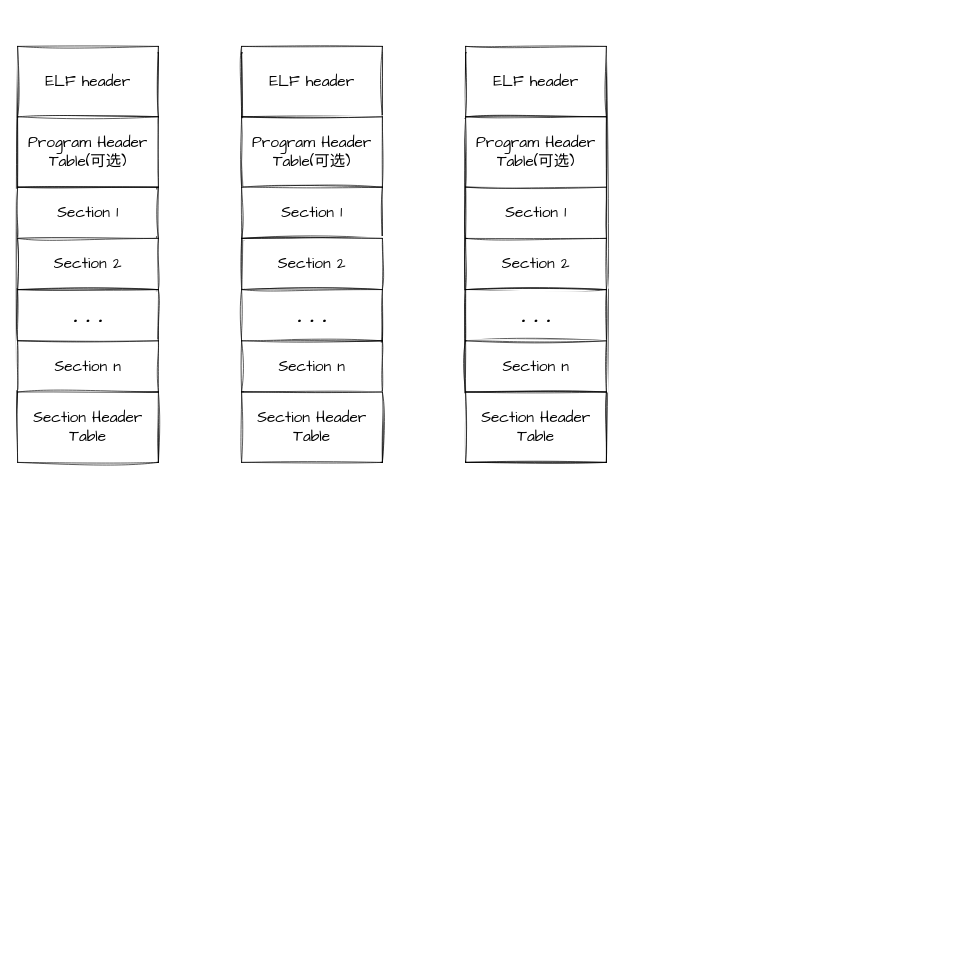
QinMou000/Code keeps this draw.io diagram as draw/2_13 ELF文件.drawio. Above is the earlier version. Source tidied: cells renumbered, new cells numbered last; positions are measured from the earlier drawing's top-left corner, leaving out a move shared by most shapes. Both pictures are drawn from the tidied source at 64%, with x=0, y=0 at pixel (17, 46).
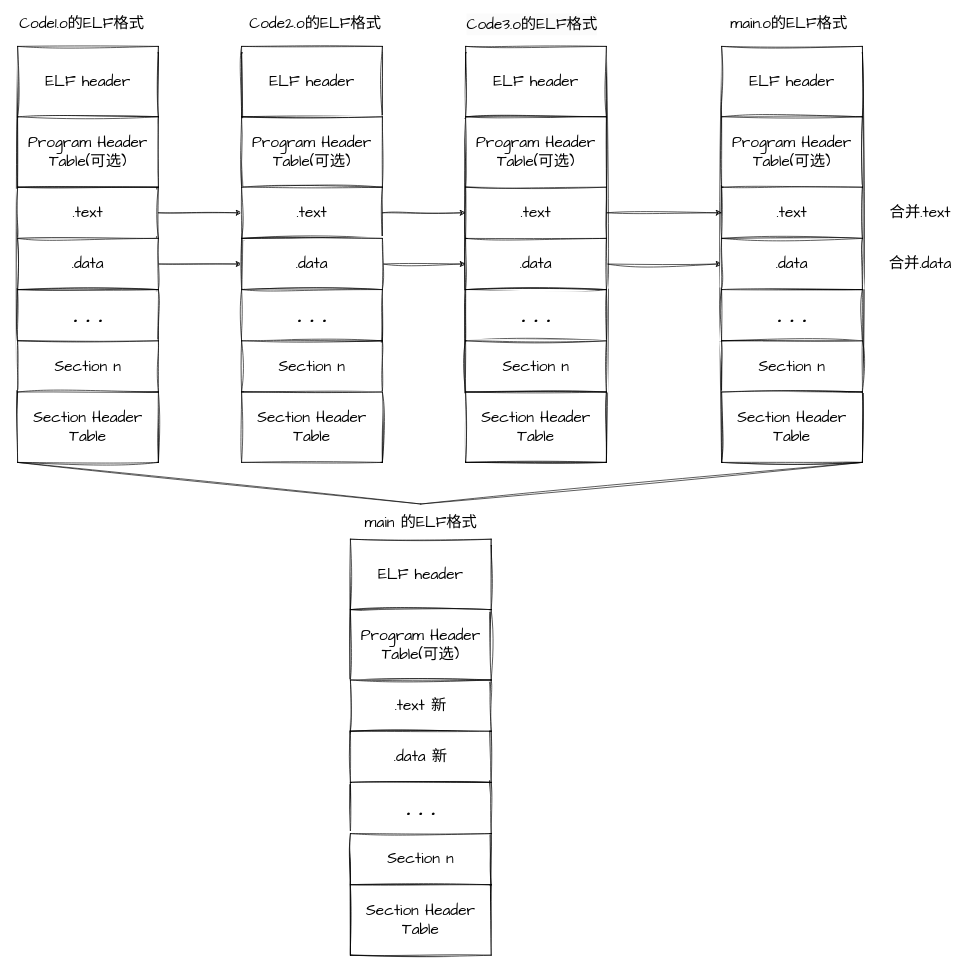
The same page after the edit.

The change refers to these unchanged cells:
```xml
<mxCell id="9" value="&lt;span style=&quot;font-size: 24px;&quot;&gt;Section Header Table&lt;/span&gt;" style="rounded=0;whiteSpace=wrap;html=1;sketch=1;hachureGap=4;jiggle=2;curveFitting=1;fontFamily=Architects Daughter;" parent="1" vertex="1">
  <mxGeometry y="540" width="220" height="110" as="geometry" />
</mxCell>
```

Change to the diagram source:
```diff
@@
+    <mxCell id="26" style="edgeStyle=orthogonalEdgeStyle;rounded=0;sketch=1;hachureGap=4;jiggle=2;curveFitting=1;jettySize=auto;html=1;exitX=1;exitY=0.5;exitDx=0;exitDy=0;entryX=0;entryY=0.5;entryDx=0;entryDy=0;fontFamily=Architects Daughter;" parent="1" edge="1" source="5" target="13">
+      <mxGeometry relative="1" as="geometry" />
+    </mxCell>
-    <mxCell id="5" value="&lt;font style=&quot;font-size: 24px;&quot;&gt;Section 1&lt;/font&gt;" style="rounded=0;whiteSpace=wrap;html=1;sketch=1;hachureGap=4;jiggle=2;curveFitting=1;fontFamily=Architects Daughter;" parent="1" vertex="1">
+    <mxCell id="5" value="&lt;font style=&quot;font-size: 24px;&quot;&gt;.text&lt;/font&gt;" style="rounded=0;whiteSpace=wrap;html=1;sketch=1;hachureGap=4;jiggle=2;curveFitting=1;fontFamily=Architects Daughter;" parent="1" vertex="1">
       <mxGeometry y="220" width="220" height="80" as="geometry" />
     </mxCell>
+    <mxCell id="27" style="edgeStyle=orthogonalEdgeStyle;rounded=0;sketch=1;hachureGap=4;jiggle=2;curveFitting=1;jettySize=auto;html=1;exitX=1;exitY=0.5;exitDx=0;exitDy=0;entryX=0;entryY=0.5;entryDx=0;entryDy=0;fontFamily=Architects Daughter;" parent="1" edge="1" source="6" target="14">
+      <mxGeometry relative="1" as="geometry" />
+    </mxCell>
-    <mxCell id="6" value="&lt;font style=&quot;font-size: 24px;&quot;&gt;Section 2&lt;/font&gt;" style="rounded=0;whiteSpace=wrap;html=1;sketch=1;hachureGap=4;jiggle=2;curveFitting=1;fontFamily=Architects Daughter;" parent="1" vertex="1">
+    <mxCell id="6" value="&lt;font style=&quot;font-size: 24px;&quot;&gt;.data&lt;/font&gt;" style="rounded=0;whiteSpace=wrap;html=1;sketch=1;hachureGap=4;jiggle=2;curveFitting=1;fontFamily=Architects Daughter;" parent="1" vertex="1">
       <mxGeometry y="300" width="220" height="80" as="geometry" />
     </mxCell>
@@
+    <mxCell id="28" style="edgeStyle=orthogonalEdgeStyle;rounded=0;sketch=1;hachureGap=4;jiggle=2;curveFitting=1;jettySize=auto;html=1;exitX=1;exitY=0.5;exitDx=0;exitDy=0;entryX=0;entryY=0.5;entryDx=0;entryDy=0;fontFamily=Architects Daughter;" parent="1" edge="1" source="13" target="21">
+      <mxGeometry relative="1" as="geometry" />
+    </mxCell>
-    <mxCell id="13" value="&lt;font style=&quot;font-size: 24px;&quot;&gt;Section 1&lt;/font&gt;" style="rounded=0;whiteSpace=wrap;html=1;sketch=1;hachureGap=4;jiggle=2;curveFitting=1;fontFamily=Architects Daughter;" parent="1" vertex="1">
+    <mxCell id="13" value="&lt;font style=&quot;font-size: 24px;&quot;&gt;.text&lt;/font&gt;" style="rounded=0;whiteSpace=wrap;html=1;sketch=1;hachureGap=4;jiggle=2;curveFitting=1;fontFamily=Architects Daughter;" parent="1" vertex="1">
       <mxGeometry x="350" y="220" width="220" height="80" as="geometry" />
     </mxCell>
+    <mxCell id="29" style="edgeStyle=orthogonalEdgeStyle;rounded=0;sketch=1;hachureGap=4;jiggle=2;curveFitting=1;jettySize=auto;html=1;exitX=1;exitY=0.5;exitDx=0;exitDy=0;entryX=0;entryY=0.5;entryDx=0;entryDy=0;fontFamily=Architects Daughter;" parent="1" edge="1" source="14" target="22">
+      <mxGeometry relative="1" as="geometry" />
+    </mxCell>
-    <mxCell id="14" value="&lt;font style=&quot;font-size: 24px;&quot;&gt;Section 2&lt;/font&gt;" style="rounded=0;whiteSpace=wrap;html=1;sketch=1;hachureGap=4;jiggle=2;curveFitting=1;fontFamily=Architects Daughter;" parent="1" vertex="1">
+    <mxCell id="14" value="&lt;font style=&quot;font-size: 24px;&quot;&gt;.data&lt;/font&gt;" style="rounded=0;whiteSpace=wrap;html=1;sketch=1;hachureGap=4;jiggle=2;curveFitting=1;fontFamily=Architects Daughter;" parent="1" vertex="1">
       <mxGeometry x="350" y="300" width="220" height="80" as="geometry" />
     </mxCell>
@@
+    <mxCell id="30" style="edgeStyle=orthogonalEdgeStyle;rounded=0;sketch=1;hachureGap=4;jiggle=2;curveFitting=1;jettySize=auto;html=1;exitX=1;exitY=0.5;exitDx=0;exitDy=0;entryX=0;entryY=0.5;entryDx=0;entryDy=0;fontFamily=Architects Daughter;" parent="1" edge="1" source="21" target="35">
+      <mxGeometry relative="1" as="geometry" />
+    </mxCell>
-    <mxCell id="21" value="&lt;font style=&quot;font-size: 24px;&quot;&gt;Section 1&lt;/font&gt;" style="rounded=0;whiteSpace=wrap;html=1;sketch=1;hachureGap=4;jiggle=2;curveFitting=1;fontFamily=Architects Daughter;" parent="1" vertex="1">
+    <mxCell id="21" value="&lt;font style=&quot;font-size: 24px;&quot;&gt;.text&lt;/font&gt;" style="rounded=0;whiteSpace=wrap;html=1;sketch=1;hachureGap=4;jiggle=2;curveFitting=1;fontFamily=Architects Daughter;" parent="1" vertex="1">
       <mxGeometry x="700" y="220" width="220" height="80" as="geometry" />
     </mxCell>
+    <mxCell id="31" style="edgeStyle=orthogonalEdgeStyle;rounded=0;sketch=1;hachureGap=4;jiggle=2;curveFitting=1;jettySize=auto;html=1;exitX=1;exitY=0.5;exitDx=0;exitDy=0;entryX=0;entryY=0.5;entryDx=0;entryDy=0;fontFamily=Architects Daughter;" parent="1" edge="1" source="22" target="36">
+      <mxGeometry relative="1" as="geometry" />
+    </mxCell>
-    <mxCell id="22" value="&lt;font style=&quot;font-size: 24px;&quot;&gt;Section 2&lt;/font&gt;" style="rounded=0;whiteSpace=wrap;html=1;sketch=1;hachureGap=4;jiggle=2;curveFitting=1;fontFamily=Architects Daughter;" parent="1" vertex="1">
+    <mxCell id="22" value="&lt;font style=&quot;font-size: 24px;&quot;&gt;.data&lt;/font&gt;" style="rounded=0;whiteSpace=wrap;html=1;sketch=1;hachureGap=4;jiggle=2;curveFitting=1;fontFamily=Architects Daughter;" parent="1" vertex="1">
       <mxGeometry x="700" y="300" width="220" height="80" as="geometry" />
     </mxCell>
@@
+    <mxCell id="32" style="rounded=0;whiteSpace=wrap;html=1;sketch=1;hachureGap=4;jiggle=2;curveFitting=1;fontFamily=Architects Daughter;" parent="1" vertex="1">
+      <mxGeometry x="1100" y="10" width="220" height="640" as="geometry" />
+    </mxCell>
+    <mxCell id="33" value="&lt;font style=&quot;font-size: 24px;&quot;&gt;ELF header&lt;/font&gt;" style="rounded=0;whiteSpace=wrap;html=1;sketch=1;hachureGap=4;jiggle=2;curveFitting=1;fontFamily=Architects Daughter;" parent="1" vertex="1">
+      <mxGeometry x="1100" width="220" height="110" as="geometry" />
+    </mxCell>
+    <mxCell id="34" value="&lt;font style=&quot;font-size: 24px;&quot;&gt;Program Header Table(可选)&lt;/font&gt;" style="rounded=0;whiteSpace=wrap;html=1;sketch=1;hachureGap=4;jiggle=2;curveFitting=1;fontFamily=Architects Daughter;" parent="1" vertex="1">
+      <mxGeometry x="1100" y="110" width="220" height="110" as="geometry" />
+    </mxCell>
+    <mxCell id="35" value="&lt;font style=&quot;font-size: 24px;&quot;&gt;.text&lt;/font&gt;" style="rounded=0;whiteSpace=wrap;html=1;sketch=1;hachureGap=4;jiggle=2;curveFitting=1;fontFamily=Architects Daughter;" parent="1" vertex="1">
+      <mxGeometry x="1100" y="220" width="220" height="80" as="geometry" />
+    </mxCell>
+    <mxCell id="36" value="&lt;font style=&quot;font-size: 24px;&quot;&gt;.data&lt;/font&gt;" style="rounded=0;whiteSpace=wrap;html=1;sketch=1;hachureGap=4;jiggle=2;curveFitting=1;fontFamily=Architects Daughter;" parent="1" vertex="1">
+      <mxGeometry x="1100" y="300" width="220" height="80" as="geometry" />
+    </mxCell>
+    <mxCell id="37" value="&lt;h1 style=&quot;&quot;&gt;&lt;font style=&quot;font-size: 36px;&quot;&gt;. . .&lt;/font&gt;&lt;/h1&gt;" style="rounded=0;whiteSpace=wrap;html=1;sketch=1;hachureGap=4;jiggle=2;curveFitting=1;fontFamily=Architects Daughter;align=center;" parent="1" vertex="1">
+      <mxGeometry x="1100" y="380" width="220" height="80" as="geometry" />
+    </mxCell>
+    <mxCell id="38" value="&lt;font style=&quot;font-size: 24px;&quot;&gt;Section n&lt;/font&gt;" style="rounded=0;whiteSpace=wrap;html=1;sketch=1;hachureGap=4;jiggle=2;curveFitting=1;fontFamily=Architects Daughter;" parent="1" vertex="1">
+      <mxGeometry x="1100" y="460" width="220" height="80" as="geometry" />
+    </mxCell>
+    <mxCell id="39" value="&lt;span style=&quot;font-size: 24px;&quot;&gt;Section Header Table&lt;/span&gt;" style="rounded=0;whiteSpace=wrap;html=1;sketch=1;hachureGap=4;jiggle=2;curveFitting=1;fontFamily=Architects Daughter;" parent="1" vertex="1">
+      <mxGeometry x="1100" y="540" width="220" height="110" as="geometry" />
+    </mxCell>
+    <mxCell id="40" value="&lt;font style=&quot;font-size: 24px;&quot;&gt;Code1.o的ELF格式&lt;/font&gt;" style="text;html=1;align=center;verticalAlign=middle;strokeColor=none;fillColor=none;fontFamily=Architects Daughter;" parent="1" vertex="1">
+      <mxGeometry x="-10" y="-55" width="220" height="40" as="geometry" />
+    </mxCell>
+    <mxCell id="41" value="&lt;span style=&quot;font-size: 24px;&quot;&gt;Code2.o的ELF格式&lt;/span&gt;" style="text;html=1;align=center;verticalAlign=middle;strokeColor=none;fillColor=none;fontFamily=Architects Daughter;" parent="1" vertex="1">
+      <mxGeometry x="350" y="-55" width="230" height="40" as="geometry" />
+    </mxCell>
+    <mxCell id="42" value="&lt;span style=&quot;color: rgb(0, 0, 0); font-family: &amp;quot;Architects Daughter&amp;quot;; font-size: 24px; font-style: normal; font-variant-ligatures: normal; font-variant-caps: normal; font-weight: 400; letter-spacing: normal; orphans: 2; text-align: center; text-indent: 0px; text-transform: none; widows: 2; word-spacing: 0px; -webkit-text-stroke-width: 0px; white-space: nowrap; background-color: rgb(251, 251, 251); text-decoration-thickness: initial; text-decoration-style: initial; text-decoration-color: initial; display: inline !important; float: none;&quot;&gt;Code3.o的ELF格式&lt;/span&gt;" style="text;whiteSpace=wrap;html=1;fontFamily=Architects Daughter;" parent="1" vertex="1">
+      <mxGeometry x="700" y="-55" width="230" height="50" as="geometry" />
+    </mxCell>
+    <mxCell id="43" value="&lt;span style=&quot;font-size: 24px;&quot;&gt;main.o的ELF格式&lt;/span&gt;" style="text;html=1;align=center;verticalAlign=middle;strokeColor=none;fillColor=none;fontFamily=Architects Daughter;" parent="1" vertex="1">
+      <mxGeometry x="1100" y="-55" width="210" height="40" as="geometry" />
+    </mxCell>
+    <mxCell id="44" value="&lt;span style=&quot;font-size: 24px;&quot;&gt;合并.text&lt;/span&gt;" style="text;html=1;align=center;verticalAlign=middle;strokeColor=none;fillColor=none;fontFamily=Architects Daughter;" parent="1" vertex="1">
+      <mxGeometry x="1350" y="240" width="120" height="40" as="geometry" />
+    </mxCell>
+    <mxCell id="45" value="&lt;span style=&quot;font-size: 24px;&quot;&gt;合并.data&lt;/span&gt;" style="text;html=1;align=center;verticalAlign=middle;strokeColor=none;fillColor=none;fontFamily=Architects Daughter;" parent="1" vertex="1">
+      <mxGeometry x="1350" y="320" width="120" height="40" as="geometry" />
+    </mxCell>
+    <mxCell id="46" style="endArrow=none;html=1;rounded=0;sketch=1;hachureGap=4;jiggle=2;curveFitting=1;fontFamily=Architects Daughter;entryX=1;entryY=1;entryDx=0;entryDy=0;" parent="1" edge="1" target="39">
+      <mxGeometry relative="1" as="geometry">
+        <mxPoint x="630" y="715" as="sourcePoint" />
+      </mxGeometry>
+    </mxCell>
+    <mxCell id="47" style="endArrow=none;html=1;rounded=0;sketch=1;hachureGap=4;jiggle=2;curveFitting=1;fontFamily=Architects Daughter;exitX=0;exitY=1;exitDx=0;exitDy=0;" parent="1" edge="1" source="9">
+      <mxGeometry relative="1" as="geometry">
+        <mxPoint x="630" y="715" as="targetPoint" />
+      </mxGeometry>
+    </mxCell>
+    <mxCell id="48" style="rounded=0;whiteSpace=wrap;html=1;sketch=1;hachureGap=4;jiggle=2;curveFitting=1;fontFamily=Architects Daughter;" parent="1" vertex="1">
+      <mxGeometry x="520" y="780" width="220" height="640" as="geometry" />
+    </mxCell>
+    <mxCell id="49" value="&lt;font style=&quot;font-size: 24px;&quot;&gt;ELF header&lt;/font&gt;" style="rounded=0;whiteSpace=wrap;html=1;sketch=1;hachureGap=4;jiggle=2;curveFitting=1;fontFamily=Architects Daughter;" parent="1" vertex="1">
+      <mxGeometry x="520" y="770" width="220" height="110" as="geometry" />
+    </mxCell>
+    <mxCell id="50" value="&lt;font style=&quot;font-size: 24px;&quot;&gt;Program Header Table(可选)&lt;/font&gt;" style="rounded=0;whiteSpace=wrap;html=1;sketch=1;hachureGap=4;jiggle=2;curveFitting=1;fontFamily=Architects Daughter;" parent="1" vertex="1">
+      <mxGeometry x="520" y="880" width="220" height="110" as="geometry" />
+    </mxCell>
+    <mxCell id="51" value="&lt;font style=&quot;font-size: 24px;&quot;&gt;.text 新&lt;/font&gt;" style="rounded=0;whiteSpace=wrap;html=1;sketch=1;hachureGap=4;jiggle=2;curveFitting=1;fontFamily=Architects Daughter;" parent="1" vertex="1">
+      <mxGeometry x="520" y="990" width="220" height="80" as="geometry" />
+    </mxCell>
+    <mxCell id="52" value="&lt;font style=&quot;font-size: 24px;&quot;&gt;.data 新&lt;/font&gt;" style="rounded=0;whiteSpace=wrap;html=1;sketch=1;hachureGap=4;jiggle=2;curveFitting=1;fontFamily=Architects Daughter;" parent="1" vertex="1">
+      <mxGeometry x="520" y="1070" width="220" height="80" as="geometry" />
+    </mxCell>
+    <mxCell id="53" value="&lt;h1 style=&quot;&quot;&gt;&lt;font style=&quot;font-size: 36px;&quot;&gt;. . .&lt;/font&gt;&lt;/h1&gt;" style="rounded=0;whiteSpace=wrap;html=1;sketch=1;hachureGap=4;jiggle=2;curveFitting=1;fontFamily=Architects Daughter;align=center;" parent="1" vertex="1">
+      <mxGeometry x="520" y="1150" width="220" height="80" as="geometry" />
+    </mxCell>
+    <mxCell id="54" value="&lt;font style=&quot;font-size: 24px;&quot;&gt;Section n&lt;/font&gt;" style="rounded=0;whiteSpace=wrap;html=1;sketch=1;hachureGap=4;jiggle=2;curveFitting=1;fontFamily=Architects Daughter;" parent="1" vertex="1">
+      <mxGeometry x="520" y="1230" width="220" height="80" as="geometry" />
+    </mxCell>
+    <mxCell id="55" value="&lt;span style=&quot;font-size: 24px;&quot;&gt;Section Header Table&lt;/span&gt;" style="rounded=0;whiteSpace=wrap;html=1;sketch=1;hachureGap=4;jiggle=2;curveFitting=1;fontFamily=Architects Daughter;" parent="1" vertex="1">
+      <mxGeometry x="520" y="1310" width="220" height="110" as="geometry" />
+    </mxCell>
+    <mxCell id="56" value="&lt;span style=&quot;font-size: 24px;&quot;&gt;main 的ELF格式&lt;/span&gt;" style="text;html=1;align=center;verticalAlign=middle;strokeColor=none;fillColor=none;fontFamily=Architects Daughter;" parent="1" vertex="1">
+      <mxGeometry x="530" y="725" width="200" height="40" as="geometry" />
+    </mxCell>
```
